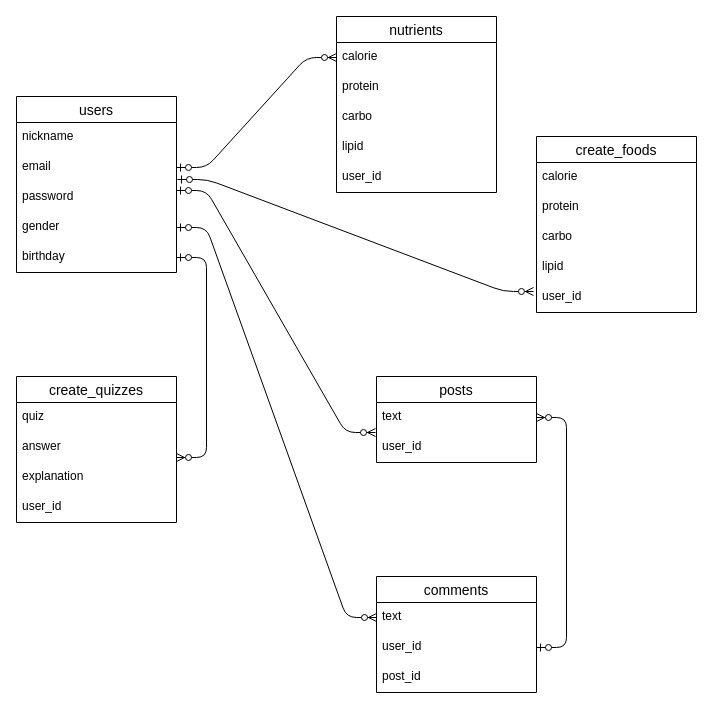
This is ER.dio from kineeeecchi/original-37109, a draw.io file, before an edit. Source tidied: cells renumbered, new cells numbered last; positions are measured from the earlier drawing's top-left corner, leaving out a move shared by most shapes. Both pictures are drawn from the tidied source at 100%, with x=0, y=0 at pixel (16, 16).
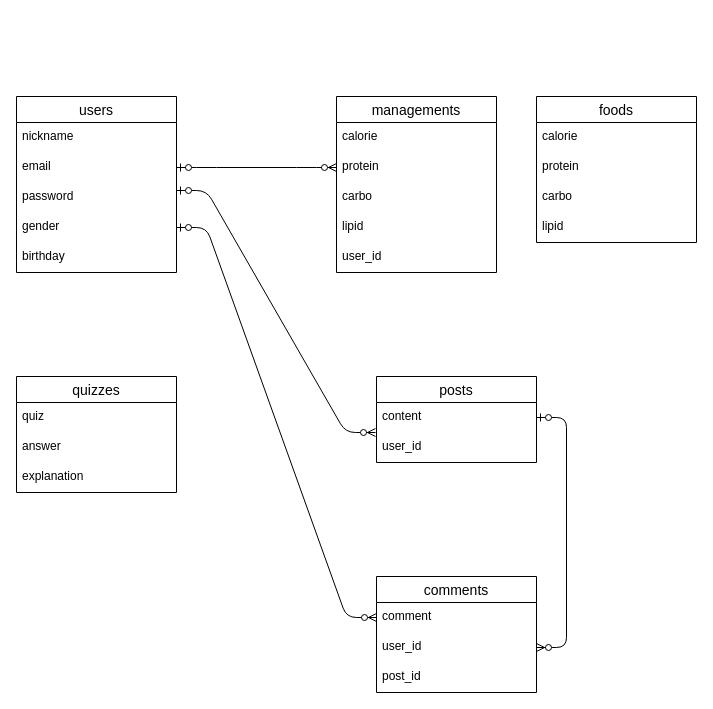
The same page after the edit.

Commit message (it also covers changes not shown here):
ER図とREADMEの修正

The change refers to these unchanged cells:
```xml
<mxCell id="3" value="calorie" style="text;strokeColor=none;fillColor=none;spacingLeft=4;spacingRight=4;overflow=hidden;points=[[0,0.5],[1,0.5]];portConstraint=eastwest;fontSize=12;" parent="2" vertex="1">
  <mxGeometry y="26" width="160" height="30" as="geometry" />
</mxCell>
<mxCell id="4" value="protein" style="text;strokeColor=none;fillColor=none;spacingLeft=4;spacingRight=4;overflow=hidden;points=[[0,0.5],[1,0.5]];portConstraint=eastwest;fontSize=12;" parent="2" vertex="1">
  <mxGeometry y="56" width="160" height="30" as="geometry" />
</mxCell>
<mxCell id="10" value="email" style="text;strokeColor=none;fillColor=none;spacingLeft=4;spacingRight=4;overflow=hidden;points=[[0,0.5],[1,0.5]];portConstraint=eastwest;fontSize=12;" parent="8" vertex="1">
  <mxGeometry y="56" width="160" height="30" as="geometry" />
</mxCell>
<mxCell id="13" value="birthday" style="text;strokeColor=none;fillColor=none;spacingLeft=4;spacingRight=4;overflow=hidden;points=[[0,0.5],[1,0.5]];portConstraint=eastwest;fontSize=12;" parent="8" vertex="1">
  <mxGeometry y="146" width="160" height="30" as="geometry" />
</mxCell>
<mxCell id="16" value="answer" style="text;strokeColor=none;fillColor=none;spacingLeft=4;spacingRight=4;overflow=hidden;points=[[0,0.5],[1,0.5]];portConstraint=eastwest;fontSize=12;" parent="14" vertex="1">
  <mxGeometry y="56" width="160" height="30" as="geometry" />
</mxCell>
<mxCell id="19" value="posts" style="swimlane;fontStyle=0;horizontal=1;startSize=26;align=center;fontSize=14;" parent="1" vertex="1">
  <mxGeometry x="360" y="360" width="160" height="86" as="geometry" />
</mxCell>
<mxCell id="22" value="comments" style="swimlane;fontStyle=0;horizontal=1;startSize=26;align=center;fontSize=14;" parent="1" vertex="1">
  <mxGeometry x="360" y="560" width="160" height="116" as="geometry" />
</mxCell>
<mxCell id="24" value="user_id" style="text;strokeColor=none;fillColor=none;spacingLeft=4;spacingRight=4;overflow=hidden;points=[[0,0.5],[1,0.5]];portConstraint=eastwest;fontSize=12;" parent="22" vertex="1">
  <mxGeometry y="56" width="160" height="30" as="geometry" />
</mxCell>
```

Diff of the diagram source:
```diff
@@
-    <mxCell id="2" value="nutrients" style="swimlane;fontStyle=0;horizontal=1;startSize=26;align=center;fontSize=14;" parent="1" vertex="1">
-      <mxGeometry x="320" width="160" height="176" as="geometry" />
+    <mxCell id="2" value="managements" style="swimlane;fontStyle=0;horizontal=1;startSize=26;align=center;fontSize=14;" parent="1" vertex="1">
+      <mxGeometry x="320" y="80" width="160" height="176" as="geometry" />
     </mxCell>
@@
-    <mxCell id="14" value="create_quizzes" style="swimlane;fontStyle=0;horizontal=1;startSize=26;align=center;fontSize=14;" parent="1" vertex="1">
-      <mxGeometry y="360" width="160" height="146" as="geometry" />
+    <mxCell id="14" value="quizzes" style="swimlane;fontStyle=0;horizontal=1;startSize=26;align=center;fontSize=14;" parent="1" vertex="1">
+      <mxGeometry y="360" width="160" height="116" as="geometry" />
     </mxCell>
@@
-    <mxCell id="18" value="user_id" style="text;strokeColor=none;fillColor=none;spacingLeft=4;spacingRight=4;overflow=hidden;fontSize=12;" parent="14" vertex="1">
-      <mxGeometry y="116" width="160" height="30" as="geometry" />
-    </mxCell>
@@
-    <mxCell id="20" value="text" style="text;strokeColor=none;fillColor=none;spacingLeft=4;spacingRight=4;overflow=hidden;points=[[0,0.5],[1,0.5]];portConstraint=eastwest;fontSize=12;" parent="19" vertex="1">
+    <mxCell id="20" value="content" style="text;strokeColor=none;fillColor=none;spacingLeft=4;spacingRight=4;overflow=hidden;points=[[0,0.5],[1,0.5]];portConstraint=eastwest;fontSize=12;" parent="19" vertex="1">
       <mxGeometry y="26" width="160" height="30" as="geometry" />
     </mxCell>
@@
-    <mxCell id="23" value="text" style="text;strokeColor=none;fillColor=none;spacingLeft=4;spacingRight=4;overflow=hidden;points=[[0,0.5],[1,0.5]];portConstraint=eastwest;fontSize=12;" parent="22" vertex="1">
+    <mxCell id="23" value="comment" style="text;strokeColor=none;fillColor=none;spacingLeft=4;spacingRight=4;overflow=hidden;points=[[0,0.5],[1,0.5]];portConstraint=eastwest;fontSize=12;" parent="22" vertex="1">
       <mxGeometry y="26" width="160" height="30" as="geometry" />
     </mxCell>
@@
-    <mxCell id="26" style="edgeStyle=entityRelationEdgeStyle;fontSize=12;html=1;endArrow=ERzeroToMany;startArrow=ERzeroToOne;exitX=1;exitY=0.5;exitDx=0;exitDy=0;entryX=0;entryY=0.5;entryDx=0;entryDy=0;" parent="1" edge="1" source="10" target="3">
+    <mxCell id="26" style="edgeStyle=entityRelationEdgeStyle;fontSize=12;html=1;endArrow=ERzeroToMany;startArrow=ERzeroToOne;exitX=1;exitY=0.5;exitDx=0;exitDy=0;entryX=0;entryY=0.5;entryDx=0;entryDy=0;" parent="1" edge="1" source="10" target="4">
       <mxGeometry relative="1" as="geometry" />
     </mxCell>
@@
-    <mxCell id="29" style="edgeStyle=entityRelationEdgeStyle;fontSize=12;html=1;endArrow=ERzeroToMany;startArrow=ERzeroToOne;exitX=1;exitY=0.5;exitDx=0;exitDy=0;" parent="1" edge="1" source="24" target="20">
+    <mxCell id="29" style="edgeStyle=entityRelationEdgeStyle;fontSize=12;html=1;endArrow=ERzeroToMany;startArrow=ERzeroToOne;entryX=1;entryY=0.5;entryDx=0;entryDy=0;" parent="1" edge="1" source="20" target="24">
       <mxGeometry relative="1" as="geometry" />
     </mxCell>
-    <mxCell id="30" value="create_foods" style="swimlane;fontStyle=0;horizontal=1;startSize=26;align=center;fontSize=14;" parent="1" vertex="1">
-      <mxGeometry x="520" y="120" width="160" height="176" as="geometry" />
+    <mxCell id="30" value="foods" style="swimlane;fontStyle=0;horizontal=1;startSize=26;align=center;fontSize=14;" parent="1" vertex="1">
+      <mxGeometry x="520" y="80" width="160" height="146" as="geometry" />
     </mxCell>
@@
-    <mxCell id="35" value="user_id" style="text;strokeColor=none;fillColor=none;spacingLeft=4;spacingRight=4;overflow=hidden;points=[[0,0.5],[1,0.5]];portConstraint=eastwest;fontSize=12;" parent="30" vertex="1">
-      <mxGeometry y="146" width="160" height="30" as="geometry" />
-    </mxCell>
-    <mxCell id="36" style="edgeStyle=entityRelationEdgeStyle;fontSize=12;html=1;endArrow=ERzeroToMany;startArrow=ERzeroToOne;entryX=1;entryY=0.833;entryDx=0;entryDy=0;entryPerimeter=0;" parent="1" edge="1" source="13" target="16">
-      <mxGeometry relative="1" as="geometry" />
-    </mxCell>
-    <mxCell id="37" style="edgeStyle=entityRelationEdgeStyle;fontSize=12;html=1;endArrow=ERzeroToMany;startArrow=ERzeroToOne;exitX=1.006;exitY=0.9;exitDx=0;exitDy=0;entryX=-0.019;entryY=0.3;entryDx=0;entryDy=0;entryPerimeter=0;exitPerimeter=0;" parent="1" edge="1" source="10" target="35">
-      <mxGeometry relative="1" as="geometry" />
-    </mxCell>
```
